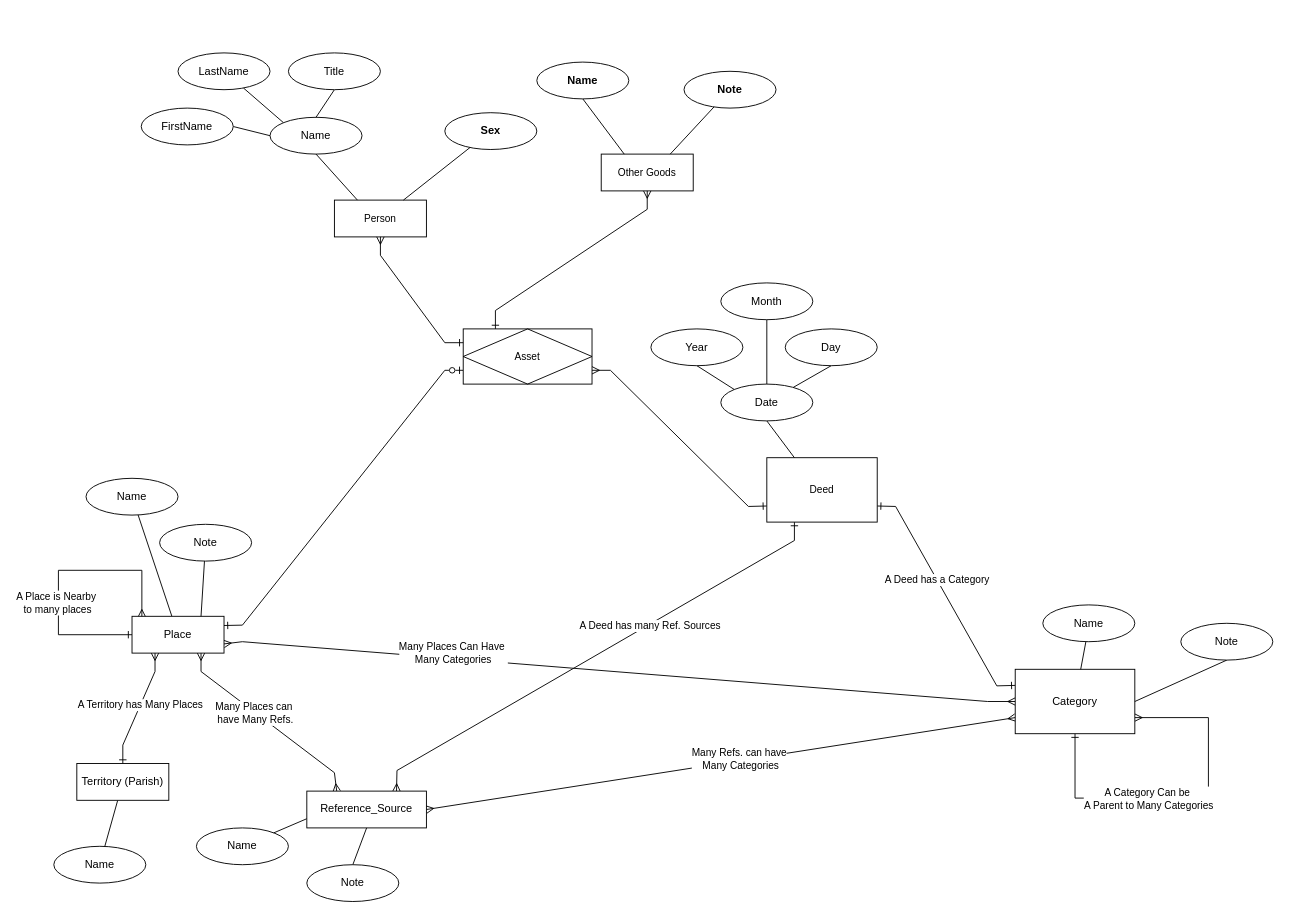
Before: page "Hills, Halls, Holes & Deeds" (2 of 2) of diagrams/Untitled Diagram.drawio in Reader641/places_deeds, a draw.io diagram. Source tidied: cells renumbered, new cells numbered last; positions are measured from the earlier drawing's top-left corner, leaving out a move shared by most shapes. Both pictures are drawn from the tidied source at 92%, with x=0, y=0 at pixel (53, 16).
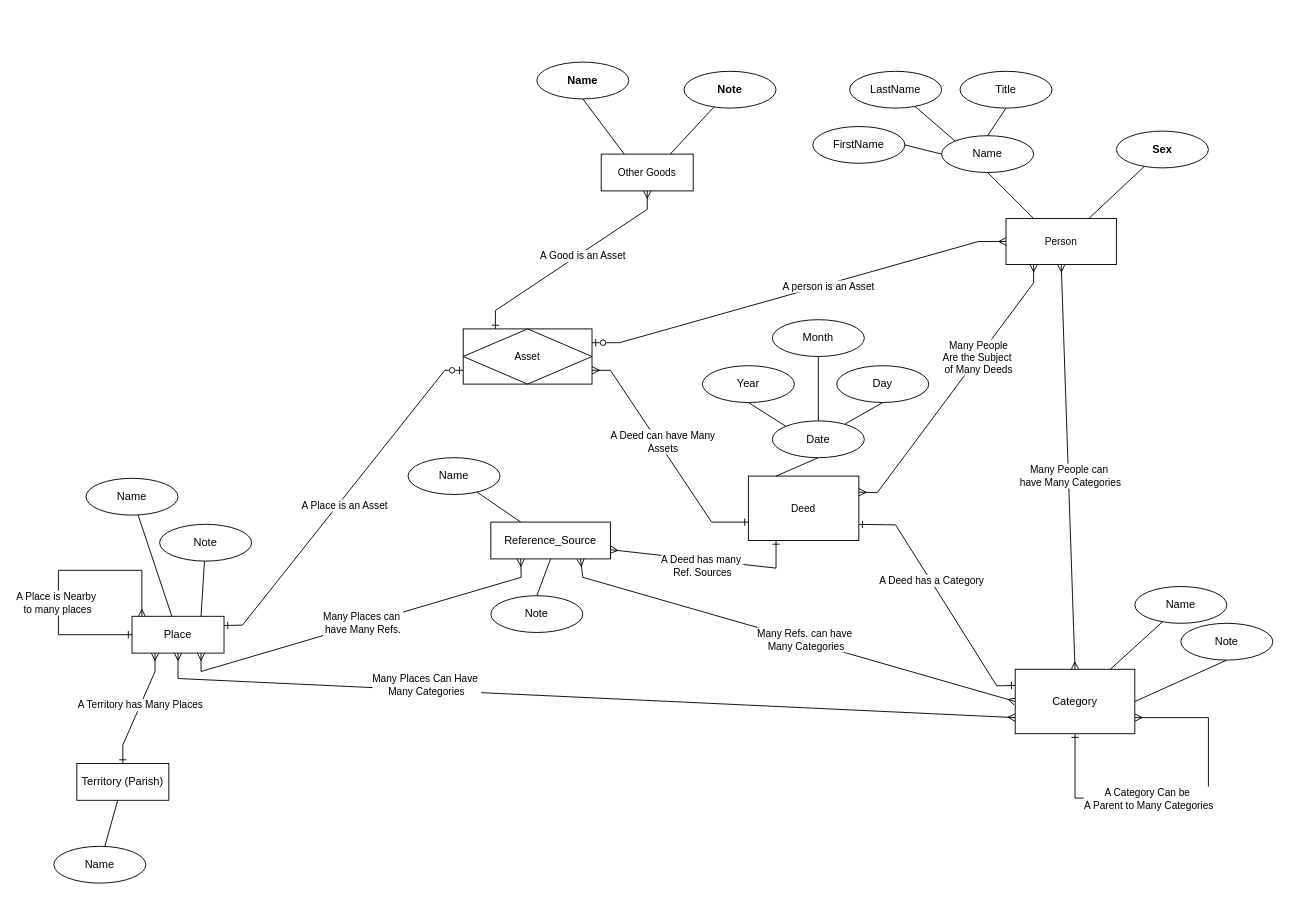
The same diagram, later.

The change refers to these unchanged cells:
```xml
<mxCell id="35" value="Reference_Source" style="whiteSpace=wrap;html=1;align=center;" parent="34" vertex="1">
  <mxGeometry width="130" height="40" as="geometry" />
</mxCell>
<mxCell id="43" value="Place" style="whiteSpace=wrap;html=1;align=center;" parent="38" vertex="1">
  <mxGeometry x="80" y="150" width="100" height="40" as="geometry" />
</mxCell>
<mxCell id="46" style="group;" parent="1" vertex="1">
  <mxGeometry x="1075" y="640" width="250" height="210" as="geometry" />
</mxCell>
<mxCell id="49" value="Category" style="whiteSpace=wrap;html=1;align=center;" parent="46" vertex="1">
  <mxGeometry x="-30" y="70" width="130" height="70" as="geometry" />
</mxCell>
<mxCell id="54" style="edgeStyle=none;shape=connector;rounded=0;jettySize=auto;html=1;exitX=0;exitY=0.75;exitDx=0;exitDy=0;entryX=1;entryY=0.25;entryDx=0;entryDy=0;strokeColor=default;align=center;verticalAlign=middle;fontFamily=Helvetica;fontSize=11;fontColor=default;labelBackgroundColor=default;endArrow=ERone;endFill=0;startArrow=ERzeroToOne;startFill=0;" parent="1" edge="1" source="55" target="43">
  <mxGeometry relative="1" as="geometry">
    <Array as="points">
      <mxPoint x="425" y="385" />
      <mxPoint x="205" y="662" />
    </Array>
  </mxGeometry>
</mxCell>
<mxCell id="55" value="Asset" style="shape=associativeEntity;whiteSpace=wrap;html=1;align=center;fontFamily=Helvetica;fontSize=11;fontColor=default;labelBackgroundColor=default;" parent="1" vertex="1">
  <mxGeometry x="445" y="340" width="140" height="60" as="geometry" />
</mxCell>
<mxCell id="57" value="Deed" style="whiteSpace=wrap;html=1;align=center;fontFamily=Helvetica;fontSize=11;fontColor=default;labelBackgroundColor=default;" parent="56" vertex="1">
  <mxGeometry x="90" y="190" width="120" height="70" as="geometry" />
</mxCell>
<mxCell id="74" style="edgeStyle=none;shape=connector;rounded=0;jettySize=auto;html=1;exitX=0.5;exitY=1;exitDx=0;exitDy=0;entryX=0.25;entryY=0;entryDx=0;entryDy=0;strokeColor=default;align=center;verticalAlign=middle;fontFamily=Helvetica;fontSize=11;fontColor=default;labelBackgroundColor=default;endArrow=ERone;endFill=0;startArrow=ERmany;startFill=0;" parent="1" edge="1" source="69" target="55">
  <mxGeometry relative="1" as="geometry">
    <Array as="points">
      <mxPoint x="645" y="210" />
      <mxPoint x="480" y="320" />
    </Array>
  </mxGeometry>
</mxCell>
```

Diff of the diagram source:
```diff
@@
-    <mxCell id="2" style="edgeStyle=none;shape=connector;rounded=0;jettySize=auto;html=1;exitX=1;exitY=0.75;exitDx=0;exitDy=0;strokeColor=default;align=center;verticalAlign=middle;fontFamily=Helvetica;fontSize=11;fontColor=default;labelBackgroundColor=default;endArrow=ERmany;endFill=0;startArrow=ERmany;startFill=0;entryX=0;entryY=0.5;entryDx=0;entryDy=0;" parent="1" edge="1" source="43" target="49">
+    <mxCell id="2" style="edgeStyle=none;shape=connector;rounded=0;jettySize=auto;html=1;exitX=0.5;exitY=1;exitDx=0;exitDy=0;strokeColor=default;align=center;verticalAlign=middle;fontFamily=Helvetica;fontSize=11;fontColor=default;labelBackgroundColor=default;endArrow=ERmany;endFill=0;startArrow=ERmany;startFill=0;entryX=0;entryY=0.75;entryDx=0;entryDy=0;" parent="1" edge="1" source="43" target="49">
       <mxGeometry relative="1" as="geometry">
         <Array as="points">
-          <mxPoint x="205" y="680" />
-          <mxPoint x="1015" y="745" />
+          <mxPoint x="135" y="720" />
         </Array>
       </mxGeometry>
     </mxCell>
     <mxCell id="3" value="Many Places Can Have&amp;nbsp;&lt;div&gt;Many Categories&lt;/div&gt;" style="edgeLabel;html=1;align=center;verticalAlign=middle;fontFamily=Helvetica;fontSize=11;fontColor=default;labelBackgroundColor=default;" parent="2" vertex="1">
       <mxGeometry x="-0.13" relative="1" as="geometry">
-        <mxPoint x="-125" y="-16" as="offset" />
+        <mxPoint x="-110" y="-11" as="offset" />
       </mxGeometry>
     </mxCell>
@@
-    <mxCell id="6" style="edgeStyle=none;shape=connector;rounded=0;jettySize=auto;html=1;exitX=0.75;exitY=1;exitDx=0;exitDy=0;entryX=0.25;entryY=0;entryDx=0;entryDy=0;strokeColor=default;align=center;verticalAlign=middle;fontFamily=Helvetica;fontSize=11;fontColor=default;labelBackgroundColor=default;endArrow=ERmany;endFill=0;startArrow=ERmany;startFill=0;" parent="1" edge="1" source="43" target="35">
+    <mxCell id="6" style="edgeStyle=none;shape=connector;rounded=0;jettySize=auto;html=1;exitX=0.75;exitY=1;exitDx=0;exitDy=0;entryX=0.25;entryY=1;entryDx=0;entryDy=0;strokeColor=default;align=center;verticalAlign=middle;fontFamily=Helvetica;fontSize=11;fontColor=default;labelBackgroundColor=default;endArrow=ERmany;endFill=0;startArrow=ERmany;startFill=0;" parent="1" edge="1" source="43" target="35">
       <mxGeometry relative="1" as="geometry">
         <Array as="points">
           <mxPoint x="160" y="712.4" />
-          <mxPoint x="305" y="822.4" />
+          <mxPoint x="508" y="610" />
         </Array>
       </mxGeometry>
     </mxCell>
     <mxCell id="7" value="Many Places can&amp;nbsp;&lt;div&gt;have Many Refs.&lt;/div&gt;" style="edgeLabel;html=1;align=center;verticalAlign=middle;fontFamily=Helvetica;fontSize=11;fontColor=default;labelBackgroundColor=default;" parent="6" vertex="1">
-      <mxGeometry x="-0.15" y="-1" relative="1" as="geometry" />
+      <mxGeometry x="-0.15" y="-1" relative="1" as="geometry">
+        <mxPoint x="30" y="-11" as="offset" />
+      </mxGeometry>
     </mxCell>
-    <mxCell id="8" style="edgeStyle=none;shape=connector;rounded=0;jettySize=auto;html=1;exitX=0;exitY=0.75;exitDx=0;exitDy=0;entryX=1;entryY=0.5;entryDx=0;entryDy=0;strokeColor=default;align=center;verticalAlign=middle;fontFamily=Helvetica;fontSize=11;fontColor=default;labelBackgroundColor=default;endArrow=ERmany;endFill=0;startArrow=ERmany;startFill=0;" parent="1" edge="1" source="49" target="35">
-      <mxGeometry relative="1" as="geometry" />
+    <mxCell id="8" style="edgeStyle=none;shape=connector;rounded=0;jettySize=auto;html=1;exitX=0;exitY=0.5;exitDx=0;exitDy=0;entryX=0.75;entryY=1;entryDx=0;entryDy=0;strokeColor=default;align=center;verticalAlign=middle;fontFamily=Helvetica;fontSize=11;fontColor=default;labelBackgroundColor=default;endArrow=ERmany;endFill=0;startArrow=ERmany;startFill=0;" parent="1" edge="1" source="49" target="35">
+      <mxGeometry relative="1" as="geometry">
+        <Array as="points">
+          <mxPoint x="575" y="610" />
+        </Array>
+      </mxGeometry>
     </mxCell>
@@
     <mxCell id="10" style="edgeStyle=none;shape=connector;rounded=0;jettySize=auto;html=1;exitX=1;exitY=0.75;exitDx=0;exitDy=0;strokeColor=default;align=center;verticalAlign=middle;fontFamily=Helvetica;fontSize=11;fontColor=default;labelBackgroundColor=default;endArrow=ERone;endFill=0;startArrow=ERone;startFill=0;entryX=0;entryY=0.25;entryDx=0;entryDy=0;" parent="1" edge="1" source="57" target="49">
       <mxGeometry relative="1" as="geometry">
         <Array as="points">
-          <mxPoint x="915" y="533" />
+          <mxPoint x="915" y="553" />
           <mxPoint x="1025" y="728" />
         </Array>
       </mxGeometry>
     </mxCell>
@@
-    <mxCell id="12" style="edgeStyle=none;shape=connector;rounded=0;jettySize=auto;html=1;exitX=0;exitY=0.75;exitDx=0;exitDy=0;entryX=1;entryY=0.75;entryDx=0;entryDy=0;strokeColor=default;align=center;verticalAlign=middle;fontFamily=Helvetica;fontSize=11;fontColor=default;labelBackgroundColor=default;endArrow=ERmany;endFill=0;startArrow=ERone;startFill=0;" parent="1" edge="1" source="57" target="55">
+    <mxCell id="12" style="edgeStyle=none;shape=connector;rounded=0;jettySize=auto;html=1;entryX=1;entryY=0.75;entryDx=0;entryDy=0;strokeColor=default;align=center;verticalAlign=middle;fontFamily=Helvetica;fontSize=11;fontColor=default;labelBackgroundColor=default;endArrow=ERmany;endFill=0;startArrow=ERone;startFill=0;" parent="1" edge="1" target="55">
       <mxGeometry relative="1" as="geometry">
+        <mxPoint x="755" y="550" as="sourcePoint" />
         <Array as="points">
-          <mxPoint x="755" y="533" />
+          <mxPoint x="715" y="550" />
           <mxPoint x="605" y="385" />
         </Array>
       </mxGeometry>
     </mxCell>
+    <mxCell id="75" value="A Deed can have Many&lt;div&gt;Assets&lt;/div&gt;" style="edgeLabel;html=1;align=center;verticalAlign=middle;fontFamily=Helvetica;fontSize=11;fontColor=default;labelBackgroundColor=default;" parent="12" vertex="1">
+      <mxGeometry x="0.1" y="-4" relative="1" as="geometry" />
+    </mxCell>
-    <mxCell id="13" style="edgeStyle=none;shape=connector;rounded=0;jettySize=auto;html=1;exitX=0.25;exitY=1;exitDx=0;exitDy=0;entryX=0.75;entryY=0;entryDx=0;entryDy=0;strokeColor=default;align=center;verticalAlign=middle;fontFamily=Helvetica;fontSize=11;fontColor=default;labelBackgroundColor=default;endArrow=ERmany;endFill=0;startArrow=ERone;startFill=0;" parent="1" edge="1" source="57" target="35">
+    <mxCell id="13" style="edgeStyle=none;shape=connector;rounded=0;jettySize=auto;html=1;entryX=1;entryY=0.75;entryDx=0;entryDy=0;strokeColor=default;align=center;verticalAlign=middle;fontFamily=Helvetica;fontSize=11;fontColor=default;labelBackgroundColor=default;endArrow=ERmany;endFill=0;startArrow=ERone;startFill=0;exitX=0.25;exitY=1;exitDx=0;exitDy=0;" parent="1" edge="1" source="57" target="35">
       <mxGeometry relative="1" as="geometry">
         <Array as="points">
-          <mxPoint x="805" y="570" />
-          <mxPoint x="373" y="820" />
+          <mxPoint x="785" y="600" />
         </Array>
       </mxGeometry>
     </mxCell>
-    <mxCell id="14" value="A Deed has many Ref. Sources" style="edgeLabel;html=1;align=center;verticalAlign=middle;fontFamily=Helvetica;fontSize=11;fontColor=default;labelBackgroundColor=default;" parent="13" vertex="1">
-      <mxGeometry x="-0.25" y="1" relative="1" as="geometry" />
+    <mxCell id="14" value="A Deed has many&amp;nbsp;&lt;div&gt;Ref. Sources&lt;/div&gt;" style="edgeLabel;html=1;align=center;verticalAlign=middle;fontFamily=Helvetica;fontSize=11;fontColor=default;labelBackgroundColor=default;" parent="13" vertex="1">
+      <mxGeometry x="-0.25" y="1" relative="1" as="geometry">
+        <mxPoint x="-32" y="2" as="offset" />
+      </mxGeometry>
     </mxCell>
     <mxCell id="15" style="group;flipV=1;" parent="1" vertex="1">
-      <mxGeometry x="95" y="40" width="430" height="200" as="geometry" />
+      <mxGeometry x="825" y="60" width="430" height="210" as="geometry" />
     </mxCell>
     <mxCell id="16" value="Person" style="whiteSpace=wrap;html=1;align=center;fontFamily=Helvetica;fontSize=11;fontColor=default;labelBackgroundColor=default;" parent="15" vertex="1">
-      <mxGeometry x="210" y="160" width="100" height="40" as="geometry" />
+      <mxGeometry x="210" y="160" width="120" height="50" as="geometry" />
     </mxCell>
@@
     <mxCell id="31" style="group;" parent="1" vertex="1">
-      <mxGeometry x="155" y="842.4" width="250" height="120" as="geometry" />
+      <mxGeometry x="355" y="550" width="250" height="120" as="geometry" />
     </mxCell>
-    <mxCell id="32" value="Name" style="ellipse;whiteSpace=wrap;html=1;align=center;" parent="31" vertex="1">
-      <mxGeometry y="40" width="100" height="40" as="geometry" />
-    </mxCell>
-    <mxCell id="33" style="edgeStyle=none;shape=connector;rounded=0;jettySize=auto;html=1;strokeColor=default;align=center;verticalAlign=middle;fontFamily=Helvetica;fontSize=11;fontColor=default;labelBackgroundColor=default;endArrow=none;endFill=0;entryX=0;entryY=0.75;entryDx=0;entryDy=0;" parent="31" edge="1" source="32" target="35">
-      <mxGeometry relative="1" as="geometry" />
-    </mxCell>
@@
-    <mxCell id="50" style="edgeStyle=none;rounded=0;jettySize=auto;html=1;endArrow=none;endFill=0;" parent="46" edge="1" source="51" target="49">
-      <mxGeometry relative="1" as="geometry" />
-    </mxCell>
-    <mxCell id="51" value="Name" style="ellipse;whiteSpace=wrap;html=1;align=center;" parent="46" vertex="1">
-      <mxGeometry width="100" height="40" as="geometry" />
-    </mxCell>
@@
+    <mxCell id="76" value="A Place is an Asset" style="edgeLabel;html=1;align=center;verticalAlign=middle;fontFamily=Helvetica;fontSize=11;fontColor=default;labelBackgroundColor=default;" parent="54" vertex="1">
+      <mxGeometry x="0.03" y="5" relative="1" as="geometry" />
+    </mxCell>
@@
     <mxCell id="56" style="group;" parent="1" vertex="1">
-      <mxGeometry x="685" y="290" width="246" height="260" as="geometry" />
+      <mxGeometry x="665" y="310" width="246" height="260" as="geometry" />
     </mxCell>
@@
     <mxCell id="59" value="Date" style="ellipse;whiteSpace=wrap;html=1;align=center;" parent="56" vertex="1">
-      <mxGeometry x="40" y="110" width="100" height="40" as="geometry" />
+      <mxGeometry x="116" y="130" width="100" height="40" as="geometry" />
     </mxCell>
@@
     <mxCell id="61" value="Year" style="ellipse;whiteSpace=wrap;html=1;align=center;" parent="56" vertex="1">
-      <mxGeometry x="-36" y="50" width="100" height="40" as="geometry" />
+      <mxGeometry x="40" y="70" width="100" height="40" as="geometry" />
     </mxCell>
@@
     <mxCell id="63" value="Month" style="ellipse;whiteSpace=wrap;html=1;align=center;" parent="56" vertex="1">
-      <mxGeometry x="40" width="100" height="40" as="geometry" />
+      <mxGeometry x="116" y="20" width="100" height="40" as="geometry" />
     </mxCell>
@@
     <mxCell id="65" value="Day" style="ellipse;whiteSpace=wrap;html=1;align=center;" parent="56" vertex="1">
-      <mxGeometry x="110" y="50" width="100" height="40" as="geometry" />
+      <mxGeometry x="186" y="70" width="100" height="40" as="geometry" />
     </mxCell>
-    <mxCell id="66" style="edgeStyle=none;shape=connector;rounded=0;jettySize=auto;html=1;entryX=0;entryY=0.25;entryDx=0;entryDy=0;strokeColor=default;align=center;verticalAlign=middle;fontFamily=Helvetica;fontSize=11;fontColor=default;labelBackgroundColor=default;endArrow=ERone;endFill=0;startArrow=ERmany;startFill=0;" parent="1" edge="1" target="55">
+    <mxCell id="66" style="edgeStyle=none;shape=connector;rounded=0;jettySize=auto;html=1;entryX=1;entryY=0.25;entryDx=0;entryDy=0;strokeColor=default;align=center;verticalAlign=middle;fontFamily=Helvetica;fontSize=11;fontColor=default;labelBackgroundColor=default;endArrow=ERzeroToOne;endFill=0;startArrow=ERmany;startFill=0;exitX=0;exitY=0.5;exitDx=0;exitDy=0;" parent="1" edge="1" source="16" target="55">
       <mxGeometry relative="1" as="geometry">
-        <mxPoint x="355" y="240" as="sourcePoint" />
         <Array as="points">
-          <mxPoint x="355" y="260" />
-          <mxPoint x="425" y="355" />
+          <mxPoint x="1005" y="245" />
+          <mxPoint x="615" y="355" />
         </Array>
       </mxGeometry>
     </mxCell>
+    <mxCell id="77" value="A person is an Asset" style="edgeLabel;html=1;align=center;verticalAlign=middle;fontFamily=Helvetica;fontSize=11;fontColor=default;labelBackgroundColor=default;" parent="66" vertex="1">
+      <mxGeometry x="-0.14" y="2" relative="1" as="geometry" />
+    </mxCell>
@@
+    <mxCell id="78" value="A Good is an Asset" style="edgeLabel;html=1;align=center;verticalAlign=middle;fontFamily=Helvetica;fontSize=11;fontColor=default;labelBackgroundColor=default;" parent="74" vertex="1">
+      <mxGeometry x="-0.1" y="3" relative="1" as="geometry" />
+    </mxCell>
+    <mxCell id="51" value="Name" style="ellipse;whiteSpace=wrap;html=1;align=center;" parent="1" vertex="1">
+      <mxGeometry x="1175" y="620" width="100" height="40" as="geometry" />
+    </mxCell>
+    <mxCell id="50" style="edgeStyle=none;rounded=0;jettySize=auto;html=1;endArrow=none;endFill=0;" parent="1" edge="1" source="51" target="49">
+      <mxGeometry relative="1" as="geometry" />
+    </mxCell>
+    <mxCell id="79" style="edgeStyle=none;shape=connector;rounded=0;jettySize=auto;html=1;exitX=0.5;exitY=1;exitDx=0;exitDy=0;entryX=0.5;entryY=0;entryDx=0;entryDy=0;strokeColor=default;align=center;verticalAlign=middle;fontFamily=Helvetica;fontSize=11;fontColor=default;labelBackgroundColor=default;endArrow=ERmany;endFill=0;startArrow=ERmany;startFill=0;" parent="1" edge="1" source="16" target="49">
+      <mxGeometry relative="1" as="geometry" />
+    </mxCell>
+    <mxCell id="80" value="Many People can&amp;nbsp;&lt;div&gt;have Many Categories&lt;/div&gt;" style="edgeLabel;html=1;align=center;verticalAlign=middle;fontFamily=Helvetica;fontSize=11;fontColor=default;labelBackgroundColor=default;" parent="79" vertex="1">
+      <mxGeometry x="0.04" y="2" relative="1" as="geometry">
+        <mxPoint y="1" as="offset" />
+      </mxGeometry>
+    </mxCell>
+    <mxCell id="81" style="edgeStyle=none;shape=connector;rounded=0;jettySize=auto;html=1;exitX=1;exitY=0.25;exitDx=0;exitDy=0;entryX=0.25;entryY=1;entryDx=0;entryDy=0;strokeColor=default;align=center;verticalAlign=middle;fontFamily=Helvetica;fontSize=11;fontColor=default;labelBackgroundColor=default;endArrow=ERmany;endFill=0;startArrow=ERmany;startFill=0;" parent="1" edge="1" source="57" target="16">
+      <mxGeometry relative="1" as="geometry">
+        <Array as="points">
+          <mxPoint x="895" y="518" />
+          <mxPoint x="1065" y="290" />
+        </Array>
+      </mxGeometry>
+    </mxCell>
+    <mxCell id="82" value="Many People&lt;div&gt;Are the Subject&amp;nbsp;&lt;/div&gt;&lt;div&gt;of Many Deeds&lt;/div&gt;" style="edgeLabel;html=1;align=center;verticalAlign=middle;fontFamily=Helvetica;fontSize=11;fontColor=default;labelBackgroundColor=default;" parent="81" vertex="1">
+      <mxGeometry x="0.1" y="-1" relative="1" as="geometry">
+        <mxPoint x="14" y="-21" as="offset" />
+      </mxGeometry>
+    </mxCell>
+    <mxCell id="32" value="Name" style="ellipse;whiteSpace=wrap;html=1;align=center;" parent="1" vertex="1">
+      <mxGeometry x="385" y="480" width="100" height="40" as="geometry" />
+    </mxCell>
+    <mxCell id="33" style="edgeStyle=none;shape=connector;rounded=0;jettySize=auto;html=1;strokeColor=default;align=center;verticalAlign=middle;fontFamily=Helvetica;fontSize=11;fontColor=default;labelBackgroundColor=default;endArrow=none;endFill=0;entryX=0.25;entryY=0;entryDx=0;entryDy=0;" parent="1" edge="1" source="32" target="35">
+      <mxGeometry relative="1" as="geometry" />
+    </mxCell>
```
